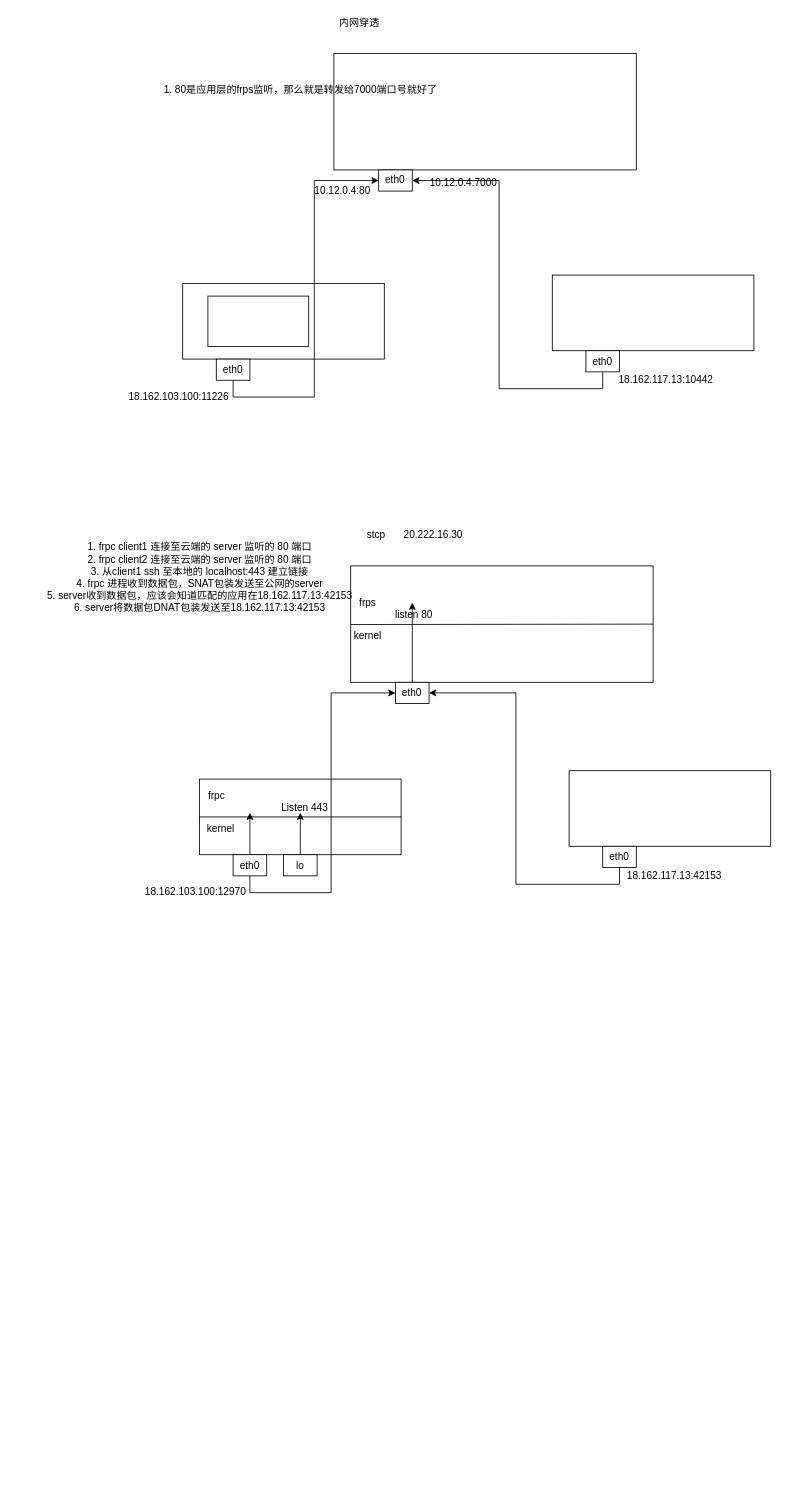
Earlier version of the draw.io diagram frp_workflow_ssh.drawio (yubowen0525/ImageStorage). Source tidied: cells renumbered, new cells numbered last; positions are measured from the earlier drawing's top-left corner, leaving out a move shared by most shapes. Both pictures are drawn from the tidied source at 84%, with x=0, y=0 at pixel (39, 14).
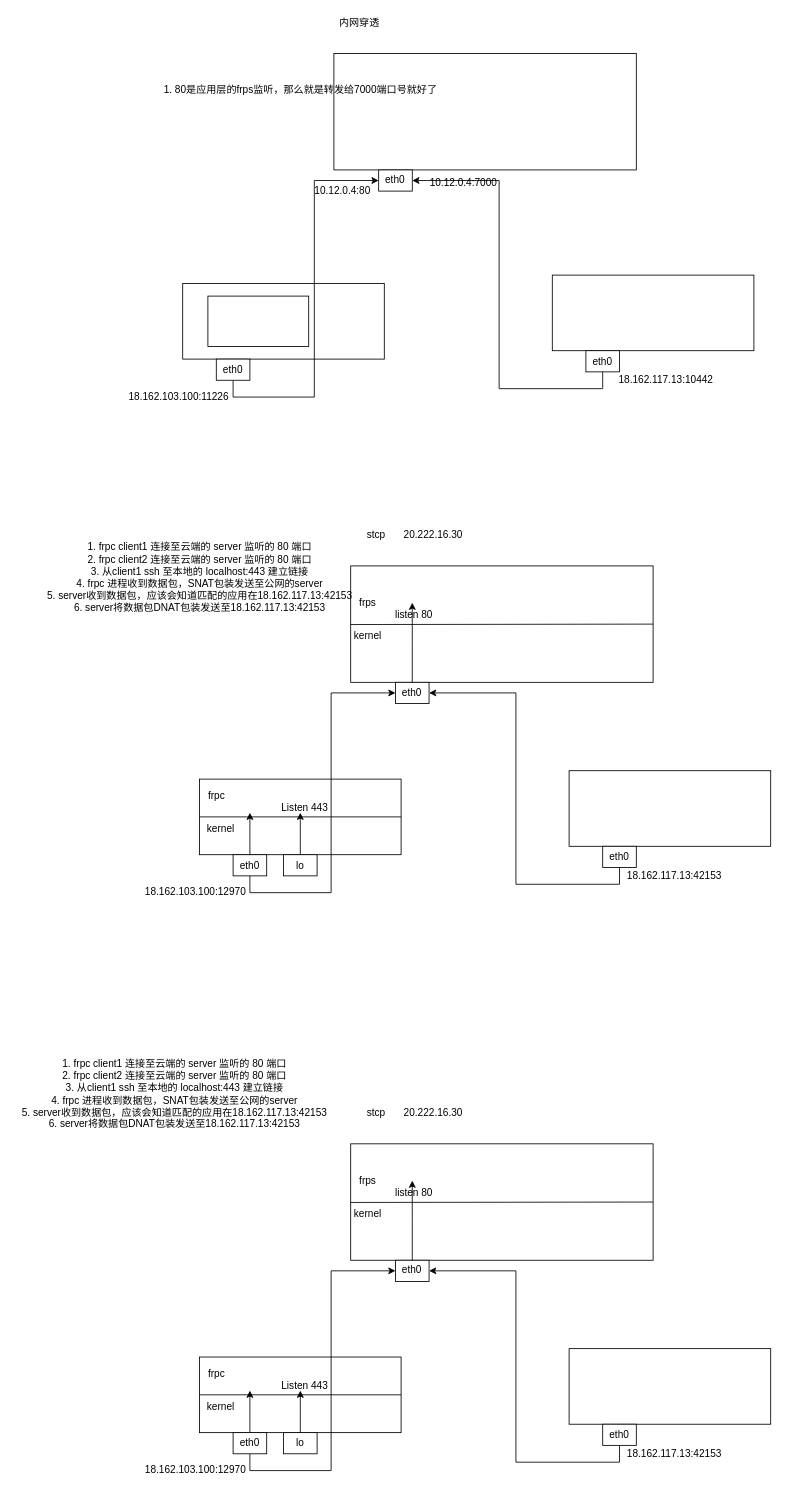
Above is the later version.

Change to the diagram source:
```diff
@@
+    <mxCell id="46" style="group;" parent="1" vertex="1">
+      <mxGeometry x="370" y="1298" width="360" height="210" as="geometry" />
+    </mxCell>
+    <mxCell id="47" style="group;" parent="46" vertex="1">
+      <mxGeometry width="360" height="210" as="geometry" />
+    </mxCell>
+    <mxCell id="48" style="rounded=0;whiteSpace=wrap;html=1;" parent="47" vertex="1">
+      <mxGeometry y="46.2" width="360" height="138.6" as="geometry" />
+    </mxCell>
+    <mxCell id="49" value="stcp" style="text;html=1;align=center;verticalAlign=middle;strokeColor=none;fillColor=none;" parent="47" vertex="1">
+      <mxGeometry x="10" width="40" height="20" as="geometry" />
+    </mxCell>
+    <mxCell id="50" value="eth0" style="rounded=0;whiteSpace=wrap;html=1;" parent="47" vertex="1">
+      <mxGeometry x="53.3" y="184.8" width="40" height="25.2" as="geometry" />
+    </mxCell>
+    <mxCell id="51" style="endArrow=none;html=1;rounded=0;entryX=1;entryY=0.5;entryDx=0;entryDy=0;" parent="47" edge="1" target="48">
+      <mxGeometry relative="1" as="geometry">
+        <mxPoint y="116" as="sourcePoint" />
+      </mxGeometry>
+    </mxCell>
+    <mxCell id="52" value="frps" style="text;html=1;align=center;verticalAlign=middle;strokeColor=none;fillColor=none;" parent="47" vertex="1">
+      <mxGeometry y="80" width="40" height="20" as="geometry" />
+    </mxCell>
+    <mxCell id="53" value="kernel" style="text;html=1;align=center;verticalAlign=middle;strokeColor=none;fillColor=none;" parent="47" vertex="1">
+      <mxGeometry x="-5" y="120" width="50" height="20" as="geometry" />
+    </mxCell>
+    <mxCell id="54" value="listen 80" style="text;html=1;align=center;verticalAlign=middle;strokeColor=none;fillColor=none;" parent="47" vertex="1">
+      <mxGeometry x="45" y="95" width="60" height="20" as="geometry" />
+    </mxCell>
+    <mxCell id="55" value="20.222.16.30" style="text;html=1;align=center;verticalAlign=middle;strokeColor=none;fillColor=none;" parent="47" vertex="1">
+      <mxGeometry x="53.3" width="90" height="20" as="geometry" />
+    </mxCell>
+    <mxCell id="56" style="rounded=0;whiteSpace=wrap;html=1;" parent="1" vertex="1">
+      <mxGeometry x="630" y="1588" width="240" height="90" as="geometry" />
+    </mxCell>
+    <mxCell id="57" style="edgeStyle=orthogonalEdgeStyle;rounded=0;jettySize=auto;html=1;exitX=0.5;exitY=1;exitDx=0;exitDy=0;entryX=1;entryY=0.5;entryDx=0;entryDy=0;" parent="1" edge="1" source="58" target="50">
+      <mxGeometry relative="1" as="geometry" />
+    </mxCell>
+    <mxCell id="58" value="eth0" style="rounded=0;whiteSpace=wrap;html=1;" parent="1" vertex="1">
+      <mxGeometry x="670" y="1678" width="40" height="25.2" as="geometry" />
+    </mxCell>
+    <mxCell id="59" style="rounded=0;whiteSpace=wrap;html=1;" parent="1" vertex="1">
+      <mxGeometry x="190" y="1598" width="240" height="90" as="geometry" />
+    </mxCell>
+    <mxCell id="60" style="edgeStyle=orthogonalEdgeStyle;rounded=0;jettySize=auto;html=1;exitX=0.5;exitY=1;exitDx=0;exitDy=0;entryX=0;entryY=0.5;entryDx=0;entryDy=0;" parent="1" edge="1" source="62" target="50">
+      <mxGeometry relative="1" as="geometry" />
+    </mxCell>
+    <mxCell id="61" style="edgeStyle=orthogonalEdgeStyle;rounded=0;jettySize=auto;html=1;exitX=0.5;exitY=0;exitDx=0;exitDy=0;" parent="1" edge="1" source="62">
+      <mxGeometry relative="1" as="geometry">
+        <mxPoint x="250" y="1638" as="targetPoint" />
+      </mxGeometry>
+    </mxCell>
+    <mxCell id="62" value="eth0" style="rounded=0;whiteSpace=wrap;html=1;" parent="1" vertex="1">
+      <mxGeometry x="230" y="1688" width="40" height="25.2" as="geometry" />
+    </mxCell>
+    <mxCell id="63" value="18.162.117.13:42153" style="text;html=1;align=center;verticalAlign=middle;strokeColor=none;fillColor=none;" parent="1" vertex="1">
+      <mxGeometry x="690" y="1703.2" width="130" height="20" as="geometry" />
+    </mxCell>
+    <mxCell id="64" value="18.162.103.100:12970" style="text;html=1;align=center;verticalAlign=middle;strokeColor=none;fillColor=none;" parent="1" vertex="1">
+      <mxGeometry x="115" y="1723.2" width="140" height="20" as="geometry" />
+    </mxCell>
+    <mxCell id="65" value="1. frpc client1 连接至云端的 server 监听的 80 端口&lt;br&gt;2. frpc client2 连接至云端的 server 监听的 80 端口&lt;br&gt;3. 从client1 ssh 至本地的 localhost:443 建立链接&lt;br&gt;4. frpc 进程收到数据包，SNAT包装发送至公网的server&lt;br&gt;5. server收到数据包，应该会知道匹配的应用在18.162.117.13:42153&lt;br&gt;6. server将数据包DNAT包装发送至18.162.117.13:42153" style="text;html=1;align=center;verticalAlign=middle;strokeColor=none;fillColor=none;" parent="1" vertex="1">
+      <mxGeometry x="-30" y="1240" width="380" height="90" as="geometry" />
+    </mxCell>
+    <mxCell id="66" style="edgeStyle=orthogonalEdgeStyle;rounded=0;jettySize=auto;html=1;exitX=0.5;exitY=0;exitDx=0;exitDy=0;" parent="1" edge="1" source="50">
+      <mxGeometry relative="1" as="geometry">
+        <mxPoint x="443.3" y="1388" as="targetPoint" />
+      </mxGeometry>
+    </mxCell>
+    <mxCell id="67" style="endArrow=none;html=1;rounded=0;entryX=1;entryY=0.5;entryDx=0;entryDy=0;exitX=0;exitY=0.5;exitDx=0;exitDy=0;" parent="1" edge="1" source="59" target="59">
+      <mxGeometry relative="1" as="geometry" />
+    </mxCell>
+    <mxCell id="68" value="kernel" style="text;html=1;align=center;verticalAlign=middle;strokeColor=none;fillColor=none;" parent="1" vertex="1">
+      <mxGeometry x="190" y="1648" width="50" height="20" as="geometry" />
+    </mxCell>
+    <mxCell id="69" value="frpc" style="text;html=1;align=center;verticalAlign=middle;strokeColor=none;fillColor=none;" parent="1" vertex="1">
+      <mxGeometry x="190" y="1608" width="40" height="20" as="geometry" />
+    </mxCell>
+    <mxCell id="70" style="edgeStyle=orthogonalEdgeStyle;rounded=0;jettySize=auto;html=1;exitX=0.5;exitY=0;exitDx=0;exitDy=0;" parent="1" edge="1" source="71">
+      <mxGeometry relative="1" as="geometry">
+        <mxPoint x="310" y="1638" as="targetPoint" />
+      </mxGeometry>
+    </mxCell>
+    <mxCell id="71" value="lo" style="rounded=0;whiteSpace=wrap;html=1;" parent="1" vertex="1">
+      <mxGeometry x="290" y="1688" width="40" height="25.2" as="geometry" />
+    </mxCell>
+    <mxCell id="72" value="Listen 443" style="text;html=1;align=center;verticalAlign=middle;strokeColor=none;fillColor=none;" parent="1" vertex="1">
+      <mxGeometry x="280" y="1623" width="70" height="20" as="geometry" />
+    </mxCell>
```
